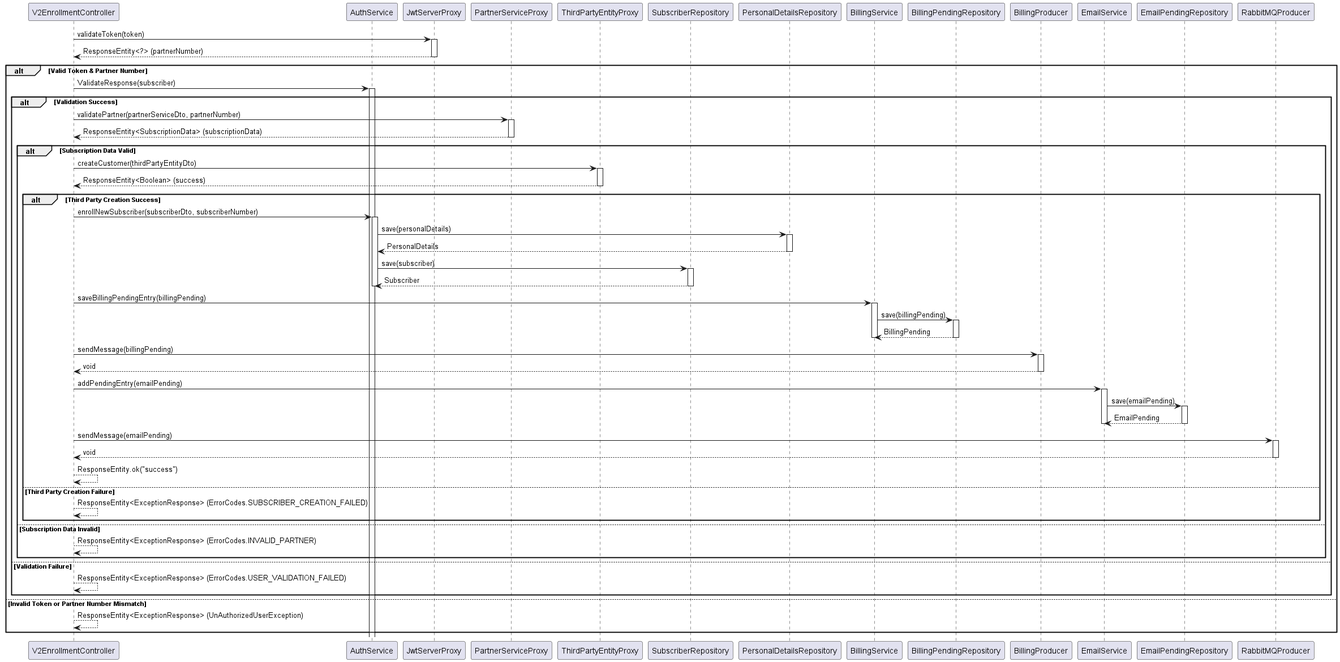
Before: sequence_diagram.png, a diagram exported from PlantUML (miit-netweb/sequence_diagram).
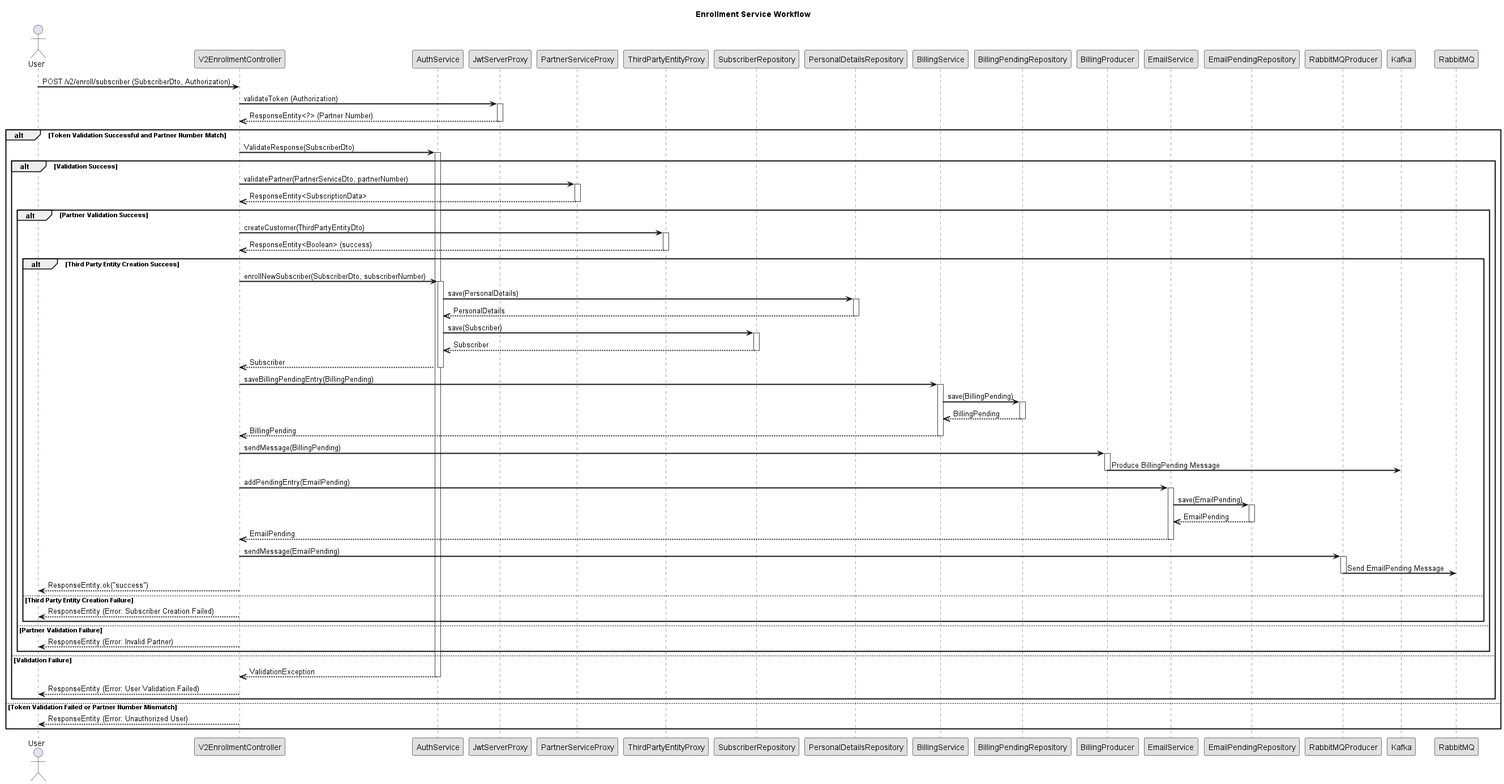
After the commit.

Change to the diagram source:
```diff
@@ -1,4 +1,12 @@
 @startuml
+skinparam sequenceArrowThickness 2
+skinparam sequenceParticipantBorderColor black
+skinparam sequenceLifeLineBorderColor #444
+skinparam sequenceParticipantBackgroundColor #e0e0e0
+
+title Enrollment Service Workflow
+
+actor User
 participant V2EnrollmentController
 participant AuthService
 participant JwtServerProxy
@@ -13,73 +21,75 @@
 participant EmailPendingRepository
 participant RabbitMQProducer
 
-V2EnrollmentController -> JwtServerProxy: validateToken(token)
+User -> V2EnrollmentController: POST /v2/enroll/subscriber (SubscriberDto, Authorization)
+V2EnrollmentController -> JwtServerProxy: validateToken (Authorization)
 activate JwtServerProxy
-JwtServerProxy --> V2EnrollmentController: ResponseEntity<?> (partnerNumber)
+JwtServerProxy -->> V2EnrollmentController: ResponseEntity<?> (Partner Number)
 deactivate JwtServerProxy
-
-alt Valid Token & Partner Number
-    V2EnrollmentController -> AuthService: ValidateResponse(subscriber)
+alt Token Validation Successful and Partner Number Match
+    V2EnrollmentController -> AuthService: ValidateResponse(SubscriberDto)
     activate AuthService
     alt Validation Success
-        V2EnrollmentController -> PartnerServiceProxy: validatePartner(partnerServiceDto, partnerNumber)
+        V2EnrollmentController -> PartnerServiceProxy: validatePartner(PartnerServiceDto, partnerNumber)
         activate PartnerServiceProxy
-        PartnerServiceProxy --> V2EnrollmentController: ResponseEntity<SubscriptionData> (subscriptionData)
+        PartnerServiceProxy -->> V2EnrollmentController: ResponseEntity<SubscriptionData>
         deactivate PartnerServiceProxy
-        alt Subscription Data Valid
-            V2EnrollmentController -> ThirdPartyEntityProxy: createCustomer(thirdPartyEntityDto)
+        alt Partner Validation Success
+            V2EnrollmentController -> ThirdPartyEntityProxy: createCustomer(ThirdPartyEntityDto)
             activate ThirdPartyEntityProxy
-            ThirdPartyEntityProxy --> V2EnrollmentController: ResponseEntity<Boolean> (success)
+            ThirdPartyEntityProxy -->> V2EnrollmentController: ResponseEntity<Boolean> (success)
             deactivate ThirdPartyEntityProxy
-            alt Third Party Creation Success
-                V2EnrollmentController -> AuthService: enrollNewSubscriber(subscriberDto, subscriberNumber)
+            alt Third Party Entity Creation Success
+                V2EnrollmentController -> AuthService: enrollNewSubscriber(SubscriberDto, subscriberNumber)
                 activate AuthService
-                AuthService -> PersonalDetailsRepository: save(personalDetails)
+                AuthService -> PersonalDetailsRepository: save(PersonalDetails)
                 activate PersonalDetailsRepository
-                PersonalDetailsRepository --> AuthService: PersonalDetails
+                PersonalDetailsRepository -->> AuthService: PersonalDetails
                 deactivate PersonalDetailsRepository
-                AuthService -> SubscriberRepository: save(subscriber)
+                AuthService -> SubscriberRepository: save(Subscriber)
                 activate SubscriberRepository
-                SubscriberRepository --> AuthService: Subscriber
+                SubscriberRepository -->> AuthService: Subscriber
                 deactivate SubscriberRepository
+                AuthService -->> V2EnrollmentController: Subscriber
                 deactivate AuthService
-
-                V2EnrollmentController -> BillingService: saveBillingPendingEntry(billingPending)
+                V2EnrollmentController -> BillingService: saveBillingPendingEntry(BillingPending)
                 activate BillingService
-                BillingService -> BillingPendingRepository: save(billingPending)
+                BillingService -> BillingPendingRepository: save(BillingPending)
                 activate BillingPendingRepository
-                BillingPendingRepository --> BillingService: BillingPending
+                BillingPendingRepository -->> BillingService: BillingPending
                 deactivate BillingPendingRepository
+                BillingService -->> V2EnrollmentController: BillingPending
                 deactivate BillingService
-                V2EnrollmentController -> BillingProducer: sendMessage(billingPending)
+                V2EnrollmentController -> BillingProducer: sendMessage(BillingPending)
                 activate BillingProducer
-                BillingProducer --> V2EnrollmentController: void
+                BillingProducer -> Kafka: Produce BillingPending Message
                 deactivate BillingProducer
-
-                V2EnrollmentController -> EmailService: addPendingEntry(emailPending)
+                V2EnrollmentController -> EmailService: addPendingEntry(EmailPending)
                 activate EmailService
-                EmailService -> EmailPendingRepository: save(emailPending)
+                EmailService -> EmailPendingRepository: save(EmailPending)
                 activate EmailPendingRepository
-                EmailPendingRepository --> EmailService: EmailPending
+                EmailPendingRepository -->> EmailService: EmailPending
                 deactivate EmailPendingRepository
+                EmailService -->> V2EnrollmentController: EmailPending
                 deactivate EmailService
-                V2EnrollmentController -> RabbitMQProducer: sendMessage(emailPending)
+                V2EnrollmentController -> RabbitMQProducer: sendMessage(EmailPending)
                 activate RabbitMQProducer
-                RabbitMQProducer --> V2EnrollmentController: void
+                RabbitMQProducer -> RabbitMQ: Send EmailPending Message
                 deactivate RabbitMQProducer
-
-                V2EnrollmentController --> V2EnrollmentController: ResponseEntity.ok("success")
-            else Third Party Creation Failure
-                V2EnrollmentController --> V2EnrollmentController: ResponseEntity<ExceptionResponse> (ErrorCodes.SUBSCRIBER_CREATION_FAILED)
+                V2EnrollmentController --> User: ResponseEntity.ok("success")
+            else Third Party Entity Creation Failure
+                V2EnrollmentController --> User: ResponseEntity (Error: Subscriber Creation Failed)
             end
-        else Subscription Data Invalid
-             V2EnrollmentController --> V2EnrollmentController: ResponseEntity<ExceptionResponse> (ErrorCodes.INVALID_PARTNER)
+        else Partner Validation Failure
+            V2EnrollmentController --> User: ResponseEntity (Error: Invalid Partner)
         end
     else Validation Failure
-        V2EnrollmentController --> V2EnrollmentController: ResponseEntity<ExceptionResponse> (ErrorCodes.USER_VALIDATION_FAILED)
+        AuthService -->> V2EnrollmentController: ValidationException
+        deactivate AuthService
+        V2EnrollmentController --> User: ResponseEntity (Error: User Validation Failed)
     end
-else Invalid Token or Partner Number Mismatch
-    V2EnrollmentController --> V2EnrollmentController: ResponseEntity<ExceptionResponse> (UnAuthorizedUserException)
+else Token Validation Failed or Partner Number Mismatch
+    V2EnrollmentController --> User: ResponseEntity (Error: Unauthorized User)
 end
 
 @enduml
```
